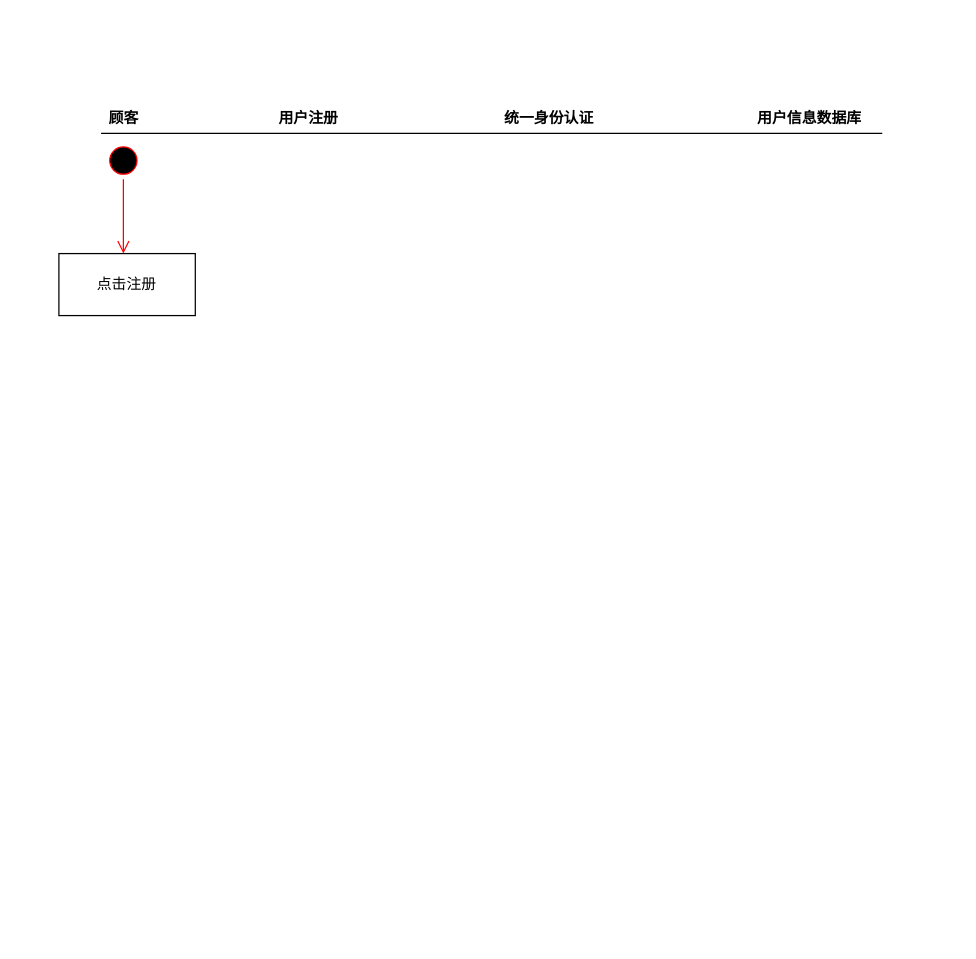
The draw.io diagram 软件工程.drawio in ZYNsama666/BackUp, before the edit. Source tidied: cells renumbered, new cells numbered last; positions are measured from the earlier drawing's top-left corner, leaving out a move shared by most shapes. Both pictures are drawn from the tidied source at 124%, with x=0, y=0 at pixel (58, 108).
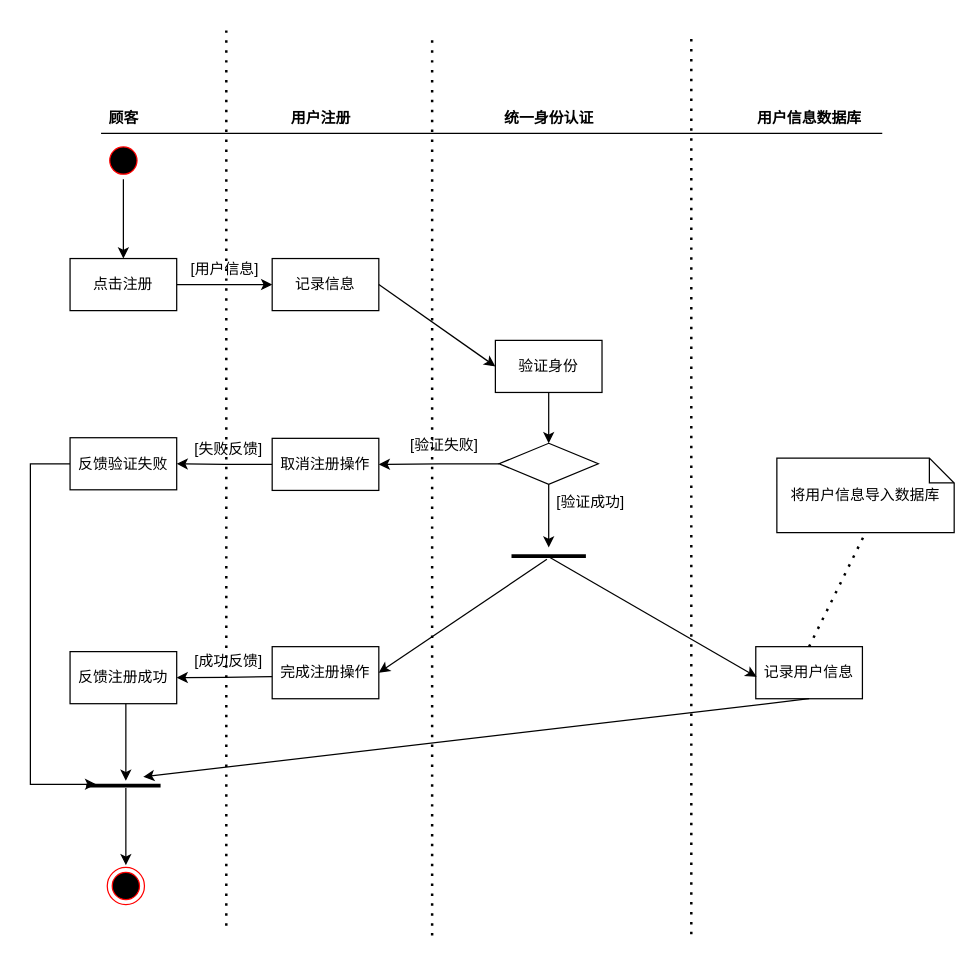
Above is the later version.

Commit message (it also covers changes not shown here):
更新软件工程.drawio

Unchanged cells that the change refers to:
```xml
<mxCell id="7" style="ellipse;html=1;shape=startState;fillColor=#000000;strokeColor=#ff0000;" parent="1" vertex="1">
  <mxGeometry x="37" y="27" width="30" height="30" as="geometry" />
</mxCell>
```

What changed in the source:
```diff
@@
     <mxCell id="4" value="用户注册" style="text;align=center;fontStyle=1;verticalAlign=middle;spacingLeft=3;spacingRight=3;strokeColor=none;html=1;" parent="1" vertex="1">
-      <mxGeometry x="177" width="48" height="16" as="geometry" />
+      <mxGeometry x="187" width="48" height="16" as="geometry" />
     </mxCell>
@@
+    <mxCell id="10" style="edgeStyle=orthogonalEdgeStyle;rounded=0;jettySize=auto;html=1;" parent="1" edge="1" source="7" target="9">
+      <mxGeometry relative="1" as="geometry" />
+    </mxCell>
@@
-    <mxCell id="8" style="edgeStyle=orthogonalEdgeStyle;html=1;verticalAlign=bottom;endArrow=open;endSize=8;strokeColor=#ff0000;rounded=0;" parent="1" edge="1" source="7">
-      <mxGeometry relative="1" as="geometry">
-        <mxPoint x="52" y="117" as="targetPoint" />
-      </mxGeometry>
-    </mxCell>
+    <mxCell id="11" style="edgeStyle=orthogonalEdgeStyle;rounded=0;jettySize=auto;html=1;" parent="1" edge="1" source="9" target="12">
+      <mxGeometry relative="1" as="geometry" />
+    </mxCell>
     <mxCell id="9" value="点击注册" style="html=1;whiteSpace=wrap;" parent="1" vertex="1">
-      <mxGeometry y="117" width="110" height="50" as="geometry" />
+      <mxGeometry x="9" y="121" width="86" height="42" as="geometry" />
     </mxCell>
+    <mxCell id="12" value="记录信息" style="html=1;whiteSpace=wrap;" parent="1" vertex="1">
+      <mxGeometry x="172" y="121" width="86" height="42" as="geometry" />
+    </mxCell>
+    <mxCell id="13" value="[用户信息]" style="text;html=1;strokeColor=none;fillColor=none;align=center;verticalAlign=middle;whiteSpace=wrap;rounded=0;" parent="1" vertex="1">
+      <mxGeometry x="104" y="115" width="60" height="30" as="geometry" />
+    </mxCell>
+    <mxCell id="14" style="edgeStyle=orthogonalEdgeStyle;rounded=0;jettySize=auto;html=1;entryX=0.5;entryY=0;entryDx=0;entryDy=0;" parent="1" edge="1" source="15" target="19">
+      <mxGeometry relative="1" as="geometry" />
+    </mxCell>
+    <mxCell id="15" value="验证身份" style="html=1;whiteSpace=wrap;" parent="1" vertex="1">
+      <mxGeometry x="352" y="187" width="86" height="42" as="geometry" />
+    </mxCell>
+    <mxCell id="16" style="endArrow=classic;html=1;rounded=0;exitX=1;exitY=0.5;exitDx=0;exitDy=0;entryX=0;entryY=0.5;entryDx=0;entryDy=0;" parent="1" edge="1" source="12" target="15">
+      <mxGeometry relative="1" as="geometry" />
+    </mxCell>
+    <mxCell id="17" style="edgeStyle=orthogonalEdgeStyle;rounded=0;jettySize=auto;html=1;" parent="1" edge="1" source="19">
+      <mxGeometry relative="1" as="geometry">
+        <mxPoint x="395" y="354" as="targetPoint" />
+      </mxGeometry>
+    </mxCell>
+    <mxCell id="18" style="edgeStyle=orthogonalEdgeStyle;rounded=0;jettySize=auto;html=1;entryX=1;entryY=0.5;entryDx=0;entryDy=0;" parent="1" edge="1" source="19" target="23">
+      <mxGeometry relative="1" as="geometry" />
+    </mxCell>
+    <mxCell id="19" style="rhombus;whiteSpace=wrap;html=1;" parent="1" vertex="1">
+      <mxGeometry x="355" y="270" width="80" height="33" as="geometry" />
+    </mxCell>
+    <mxCell id="20" style="line;strokeWidth=3;dashed=0;labelPosition=right;align=left;verticalAlign=middle;spacingTop=0;spacingLeft=6;points=[];portConstraint=eastwest;fontSize=13;" parent="1" vertex="1">
+      <mxGeometry x="365" y="356" width="60" height="10" as="geometry" />
+    </mxCell>
+    <mxCell id="21" value="[验证失败]" style="text;html=1;strokeColor=none;fillColor=none;align=center;verticalAlign=middle;whiteSpace=wrap;rounded=0;" parent="1" vertex="1">
+      <mxGeometry x="281" y="257" width="60" height="30" as="geometry" />
+    </mxCell>
+    <mxCell id="22" style="edgeStyle=orthogonalEdgeStyle;rounded=0;jettySize=auto;html=1;" parent="1" edge="1" source="23" target="25">
+      <mxGeometry relative="1" as="geometry" />
+    </mxCell>
+    <mxCell id="23" value="取消注册操作" style="html=1;whiteSpace=wrap;" parent="1" vertex="1">
+      <mxGeometry x="172" y="266" width="86" height="42" as="geometry" />
+    </mxCell>
+    <mxCell id="24" style="edgeStyle=orthogonalEdgeStyle;rounded=0;jettySize=auto;html=1;" parent="1" edge="1" source="25">
+      <mxGeometry relative="1" as="geometry">
+        <mxPoint x="30" y="545" as="targetPoint" />
+        <Array as="points">
+          <mxPoint x="-23" y="287" />
+          <mxPoint x="-23" y="545" />
+        </Array>
+      </mxGeometry>
+    </mxCell>
+    <mxCell id="25" value="反馈验证失败" style="html=1;whiteSpace=wrap;" parent="1" vertex="1">
+      <mxGeometry x="9" y="265.5" width="86" height="42" as="geometry" />
+    </mxCell>
+    <mxCell id="26" value="[失败反馈]" style="text;html=1;strokeColor=none;fillColor=none;align=center;verticalAlign=middle;whiteSpace=wrap;rounded=0;" parent="1" vertex="1">
+      <mxGeometry x="107" y="260" width="60" height="30" as="geometry" />
+    </mxCell>
+    <mxCell id="27" value="[验证成功]" style="text;html=1;strokeColor=none;fillColor=none;align=center;verticalAlign=middle;whiteSpace=wrap;rounded=0;" parent="1" vertex="1">
+      <mxGeometry x="399" y="303" width="60" height="30" as="geometry" />
+    </mxCell>
+    <mxCell id="28" value="记录用户信息" style="html=1;whiteSpace=wrap;" parent="1" vertex="1">
+      <mxGeometry x="562" y="434" width="86" height="42" as="geometry" />
+    </mxCell>
+    <mxCell id="29" style="endArrow=classic;html=1;rounded=0;exitX=0.511;exitY=0.593;exitDx=0;exitDy=0;entryX=0.008;entryY=0.58;entryDx=0;entryDy=0;exitPerimeter=0;entryPerimeter=0;" parent="1" edge="1" source="20" target="28">
+      <mxGeometry relative="1" as="geometry" />
+    </mxCell>
+    <mxCell id="30" value="完成注册操作" style="html=1;whiteSpace=wrap;" parent="1" vertex="1">
+      <mxGeometry x="172" y="434" width="86" height="42" as="geometry" />
+    </mxCell>
+    <mxCell id="31" style="edgeStyle=orthogonalEdgeStyle;rounded=0;jettySize=auto;html=1;" parent="1" edge="1" target="32">
+      <mxGeometry relative="1" as="geometry">
+        <mxPoint x="172" y="458.2" as="sourcePoint" />
+      </mxGeometry>
+    </mxCell>
+    <mxCell id="32" value="反馈注册成功" style="html=1;whiteSpace=wrap;" parent="1" vertex="1">
+      <mxGeometry x="9" y="438" width="86" height="42" as="geometry" />
+    </mxCell>
+    <mxCell id="33" value="[成功反馈]" style="text;html=1;strokeColor=none;fillColor=none;align=center;verticalAlign=middle;whiteSpace=wrap;rounded=0;" parent="1" vertex="1">
+      <mxGeometry x="107" y="431.2" width="60" height="30" as="geometry" />
+    </mxCell>
+    <mxCell id="34" style="ellipse;html=1;shape=endState;fillColor=#000000;strokeColor=#ff0000;" parent="1" vertex="1">
+      <mxGeometry x="39" y="612" width="30" height="30" as="geometry" />
+    </mxCell>
+    <mxCell id="35" style="line;strokeWidth=3;dashed=0;labelPosition=right;align=left;verticalAlign=middle;spacingTop=0;spacingLeft=6;fontSize=13;" parent="1" vertex="1">
+      <mxGeometry x="22" y="541" width="60" height="10" as="geometry" />
+    </mxCell>
+    <mxCell id="36" style="endArrow=classic;html=1;rounded=0;" parent="1" edge="1">
+      <mxGeometry relative="1" as="geometry">
+        <mxPoint x="54" y="480" as="sourcePoint" />
+        <mxPoint x="54" y="542.2" as="targetPoint" />
+      </mxGeometry>
+    </mxCell>
+    <mxCell id="37" style="endArrow=classic;html=1;rounded=0;" parent="1" edge="1">
+      <mxGeometry relative="1" as="geometry">
+        <mxPoint x="54" y="548" as="sourcePoint" />
+        <mxPoint x="54" y="610.2" as="targetPoint" />
+      </mxGeometry>
+    </mxCell>
+    <mxCell id="38" style="endArrow=classic;html=1;rounded=0;exitX=0.476;exitY=0.752;exitDx=0;exitDy=0;exitPerimeter=0;entryX=1;entryY=0.5;entryDx=0;entryDy=0;" parent="1" edge="1" source="20" target="30">
+      <mxGeometry relative="1" as="geometry" />
+    </mxCell>
+    <mxCell id="39" style="endArrow=classic;html=1;rounded=0;exitX=0.5;exitY=1;exitDx=0;exitDy=0;" parent="1" edge="1" source="28">
+      <mxGeometry relative="1" as="geometry">
+        <mxPoint x="68" y="539" as="targetPoint" />
+      </mxGeometry>
+    </mxCell>
+    <mxCell id="40" style="endArrow=none;dashed=1;html=1;dashPattern=1 3;strokeWidth=2;rounded=0;" parent="1" edge="1">
+      <mxGeometry relative="1" as="geometry">
+        <mxPoint x="135" y="659" as="sourcePoint" />
+        <mxPoint x="135" y="-69" as="targetPoint" />
+      </mxGeometry>
+    </mxCell>
+    <mxCell id="41" style="endArrow=none;dashed=1;html=1;dashPattern=1 3;strokeWidth=2;rounded=0;" parent="1" edge="1">
+      <mxGeometry relative="1" as="geometry">
+        <mxPoint x="301" y="667" as="sourcePoint" />
+        <mxPoint x="301" y="-61" as="targetPoint" />
+      </mxGeometry>
+    </mxCell>
+    <mxCell id="42" style="endArrow=none;dashed=1;html=1;dashPattern=1 3;strokeWidth=2;rounded=0;" parent="1" edge="1">
+      <mxGeometry relative="1" as="geometry">
+        <mxPoint x="510" y="666" as="sourcePoint" />
+        <mxPoint x="510" y="-62" as="targetPoint" />
+      </mxGeometry>
+    </mxCell>
+    <mxCell id="43" value="将用户信息导入数据库" style="shape=note;size=20;whiteSpace=wrap;html=1;" parent="1" vertex="1">
+      <mxGeometry x="579" y="282" width="143" height="60" as="geometry" />
+    </mxCell>
+    <mxCell id="44" style="endArrow=none;dashed=1;html=1;dashPattern=1 3;strokeWidth=2;rounded=0;exitX=0.5;exitY=0;exitDx=0;exitDy=0;entryX=0.5;entryY=1;entryDx=0;entryDy=0;entryPerimeter=0;" parent="1" edge="1" source="28" target="43">
+      <mxGeometry relative="1" as="geometry" />
+    </mxCell>
```
